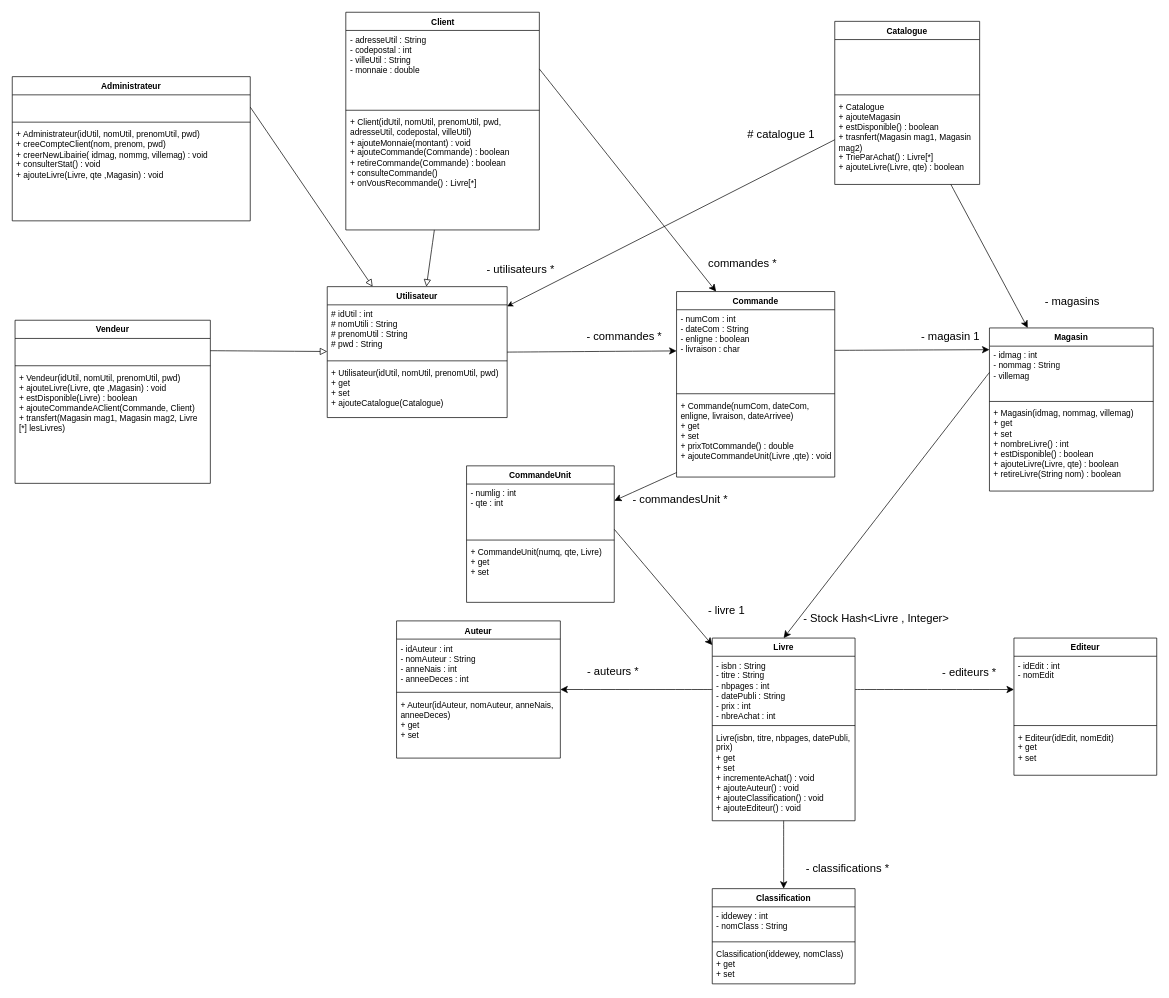
The draw.io diagram UML.drawio in BastienMonet/SAEjava2.03, before the edit. Source tidied: cells renumbered, new cells numbered last; positions are measured from the earlier drawing's top-left corner, leaving out a move shared by most shapes. Both pictures are drawn from the tidied source at 70%, with x=0, y=0 at pixel (12, 12).
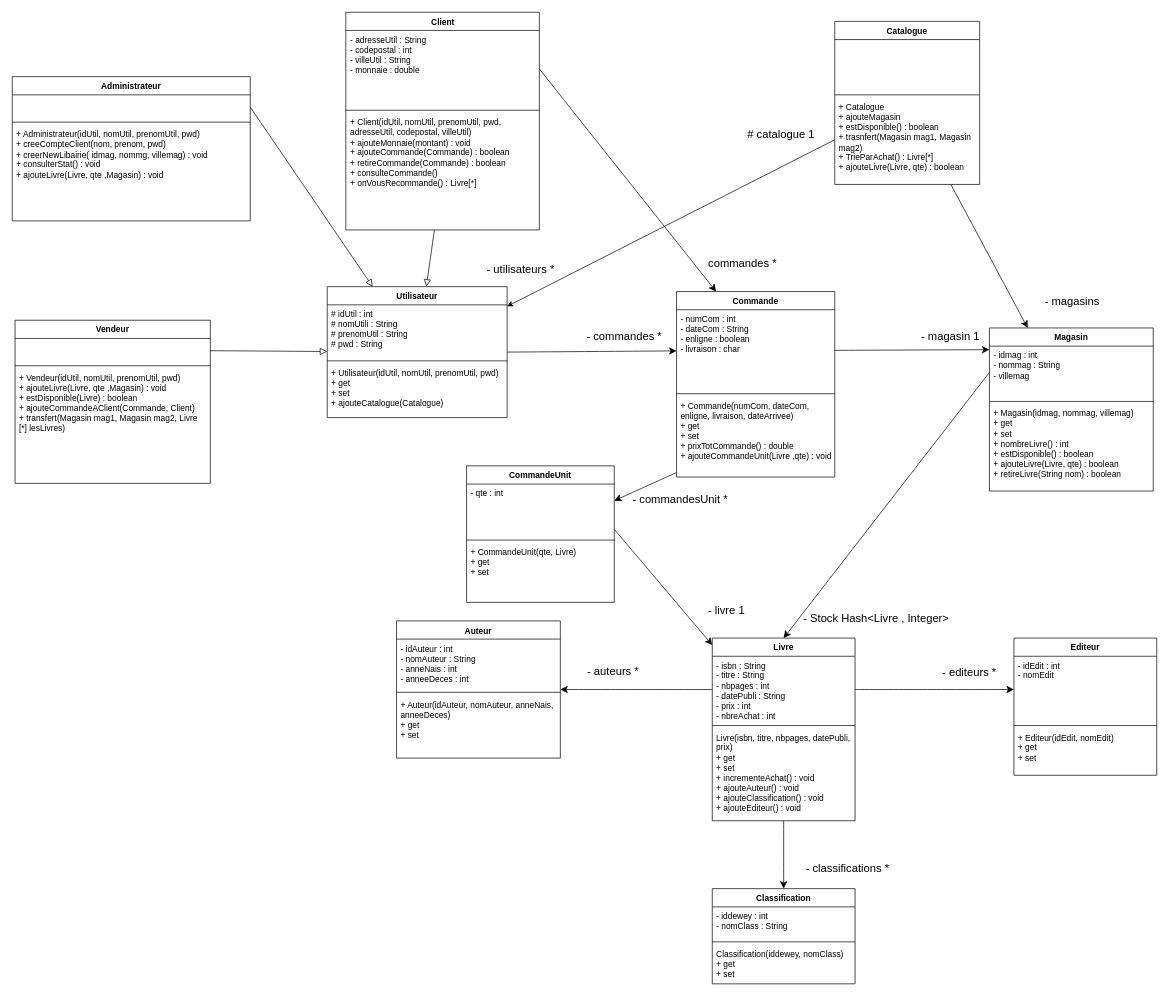
Above is the later version.

Commit message (it also covers changes not shown here):
ajout commandeUnit

The change refers to these unchanged cells:
```xml
<mxCell id="50" value="CommandeUnit" style="swimlane;fontStyle=1;align=center;verticalAlign=top;horizontal=1;startSize=26;whiteSpace=wrap;html=1;" parent="1" vertex="1">
  <mxGeometry x="649" y="648" width="211" height="195" as="geometry" />
</mxCell>
```

Diff of the diagram source:
```diff
@@
-    <mxCell id="51" value="&lt;div&gt;- numlig : int&lt;/div&gt;&lt;div&gt;- qte : int&lt;/div&gt;" style="text;strokeColor=none;fillColor=none;align=left;verticalAlign=top;spacingLeft=4;spacingRight=4;overflow=hidden;points=[[0,0.5],[1,0.5]];portConstraint=eastwest;whiteSpace=wrap;html=1;" parent="50" vertex="1">
+    <mxCell id="51" value="&lt;div&gt;&lt;span style=&quot;background-color: transparent;&quot;&gt;- qte : int&lt;/span&gt;&lt;/div&gt;" style="text;strokeColor=none;fillColor=none;align=left;verticalAlign=top;spacingLeft=4;spacingRight=4;overflow=hidden;points=[[0,0.5],[1,0.5]];portConstraint=eastwest;whiteSpace=wrap;html=1;" parent="50" vertex="1">
       <mxGeometry y="26" width="211" height="76" as="geometry" />
     </mxCell>
@@
-    <mxCell id="53" value="&lt;div&gt;+ CommandeUnit(numq, qte, Livre)&lt;/div&gt;&lt;div&gt;+ get&lt;/div&gt;&lt;div&gt;+ set&lt;/div&gt;" style="text;strokeColor=none;fillColor=none;align=left;verticalAlign=top;spacingLeft=4;spacingRight=4;overflow=hidden;whiteSpace=wrap;html=1;" parent="50" vertex="1">
+    <mxCell id="53" value="&lt;div&gt;+ CommandeUnit(qte, Livre)&lt;/div&gt;&lt;div&gt;+ get&lt;/div&gt;&lt;div&gt;+ set&lt;/div&gt;" style="text;strokeColor=none;fillColor=none;align=left;verticalAlign=top;spacingLeft=4;spacingRight=4;overflow=hidden;whiteSpace=wrap;html=1;" parent="50" vertex="1">
       <mxGeometry y="110" width="211" height="85" as="geometry" />
     </mxCell>
```
